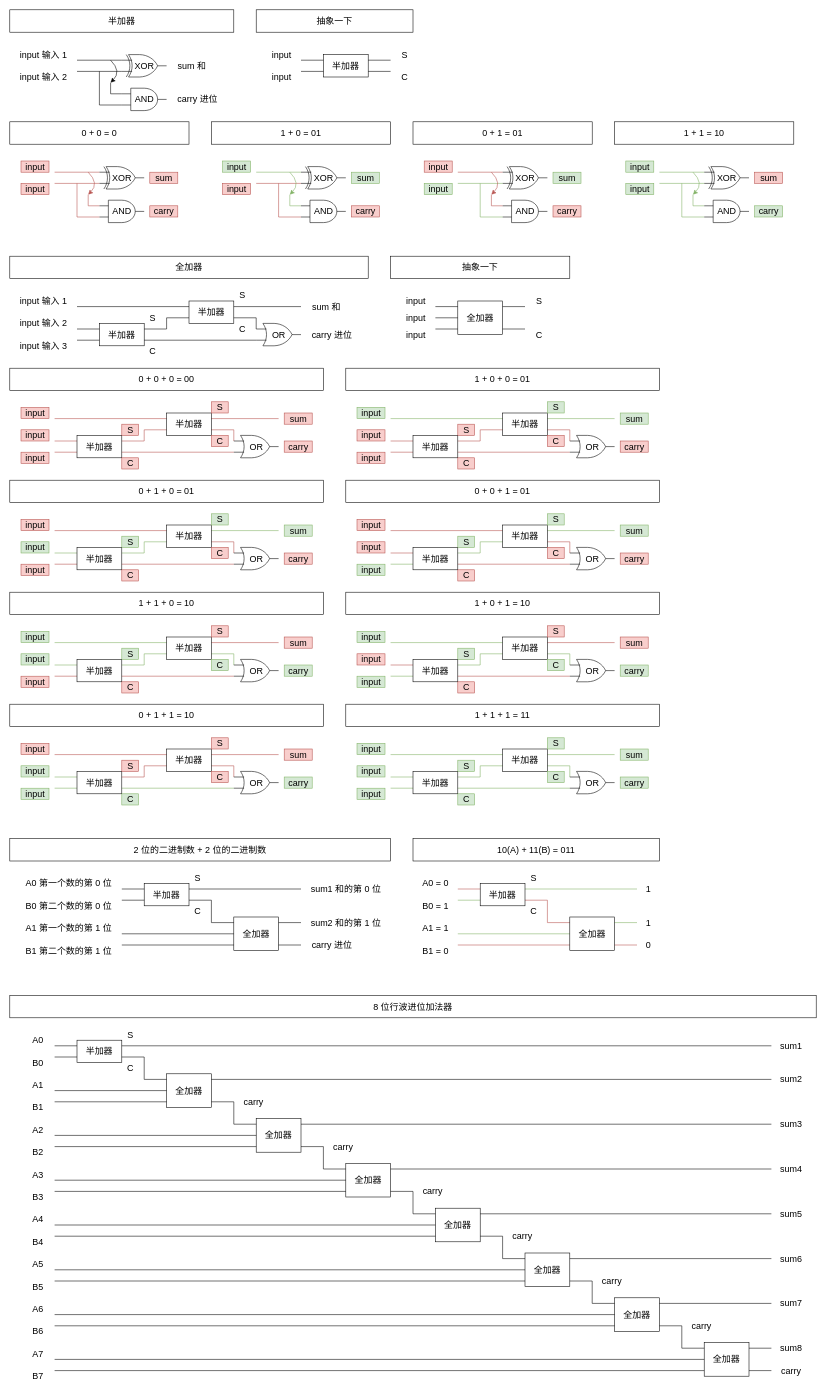
Before: content/post/computer-science/hardware/算数单元.drawio in KelipuTe/note, a draw.io diagram. Source tidied: cells renumbered, new cells numbered last; positions are measured from the earlier drawing's top-left corner, leaving out a move shared by most shapes. Both pictures are drawn from the tidied source at 56%, with x=0, y=0 at pixel (10, 10).
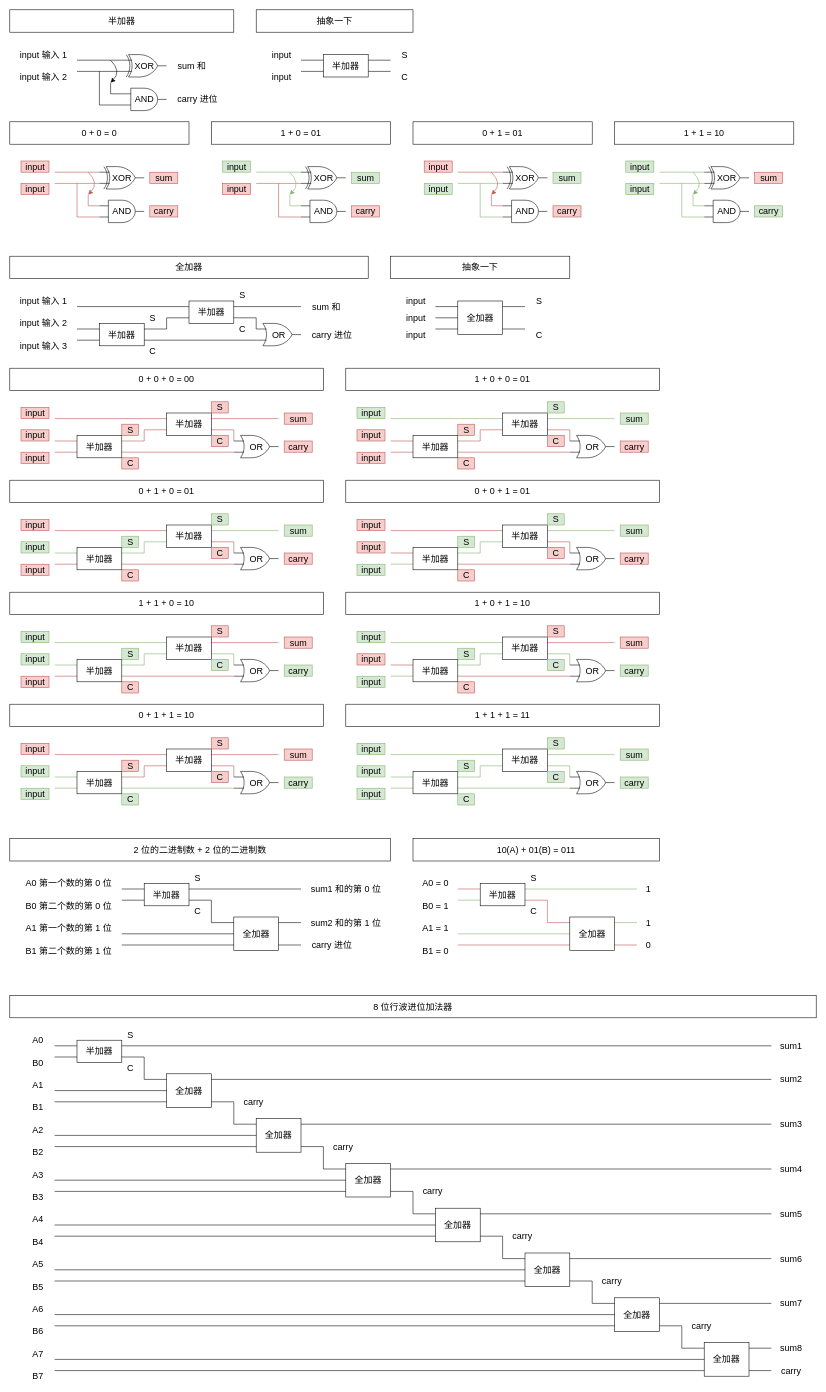
Above is the later version.

The edit, as a diff of the source:
```diff
@@
-    <mxCell id="393" value="10(A) + 11(B) = 011" style="rounded=0;whiteSpace=wrap;html=1;fontSize=16;strokeColor=#000000;fillColor=none;" parent="1" vertex="1">
+    <mxCell id="393" value="10(A) + 01(B) = 011" style="rounded=0;whiteSpace=wrap;html=1;fontSize=16;strokeColor=#000000;fillColor=none;" parent="1" vertex="1">
       <mxGeometry x="720" y="1480" width="440" height="40" as="geometry" />
     </mxCell>
```
